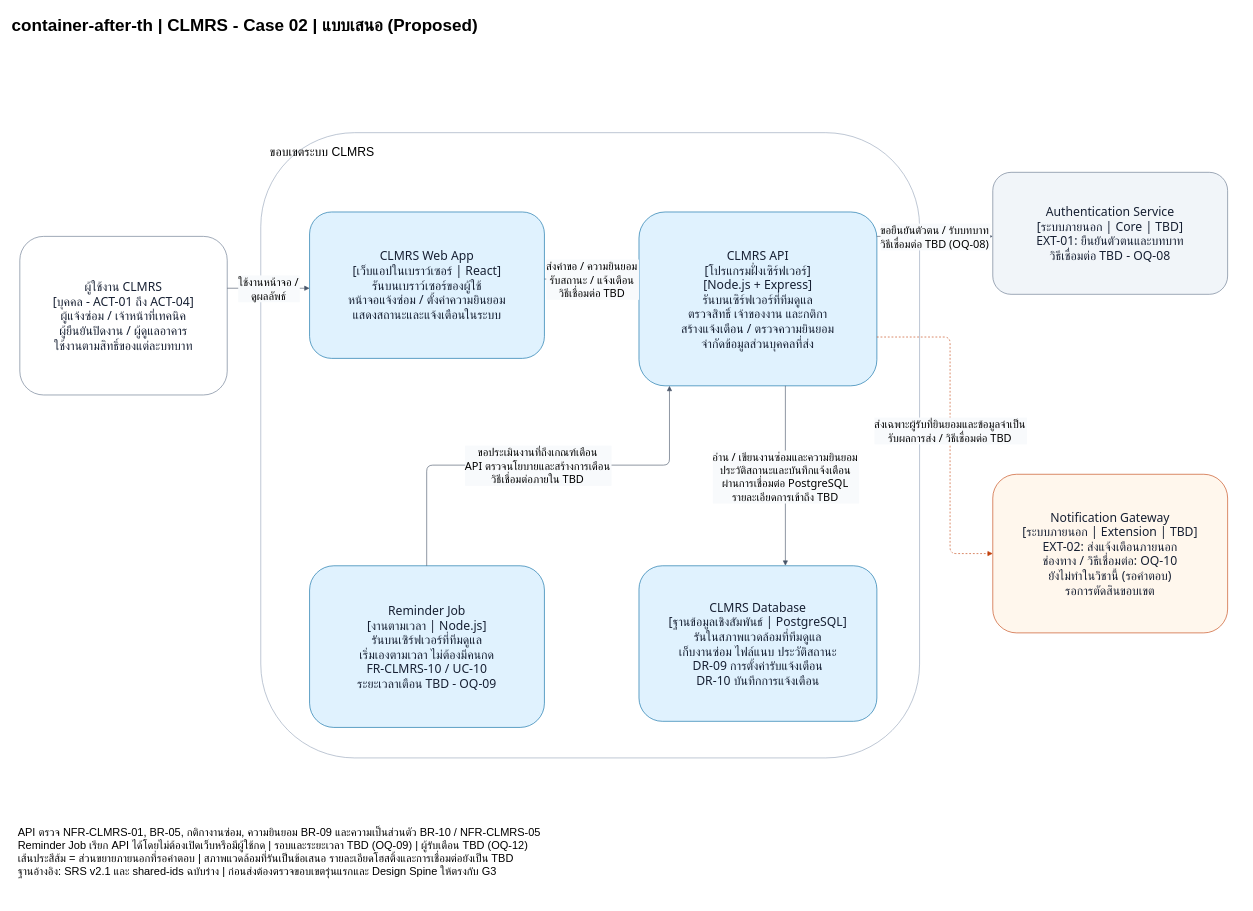
Above: final-exam/diagrams/container-after.drawio in Aonney/ENGSE206-Group02-classroom-and-lab-maintenance-reporting (draw.io), before the change. Source tidied: cells renumbered, new cells numbered last; positions are measured from the earlier drawing's top-left corner, leaving out a move shared by most shapes. Both pictures are drawn from the tidied source at 61%, with x=0, y=0 at pixel (10, 10).
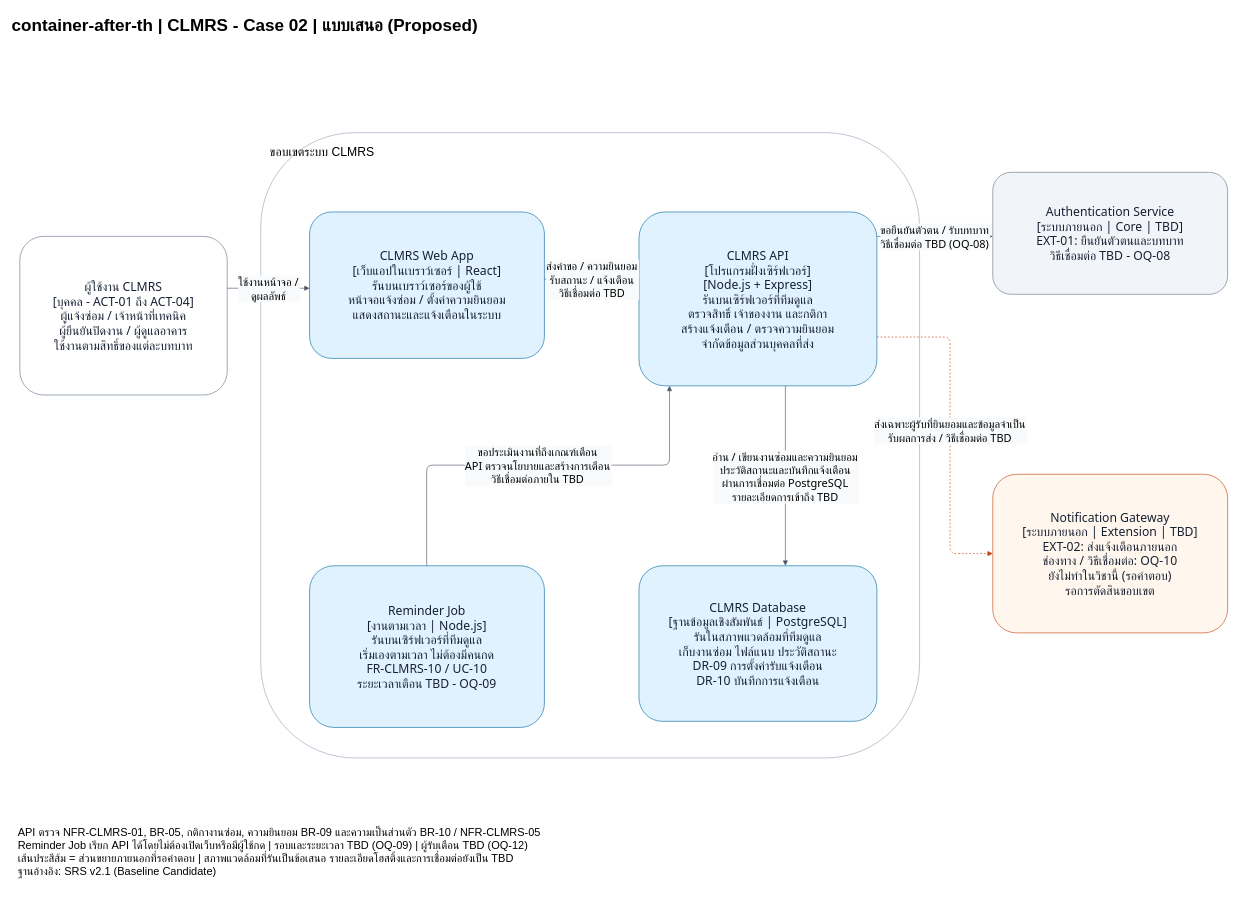
The same diagram, later.

Commit message (it also covers changes not shown here):
final(G4): add context and container diagrams with architecture answers

Change to the diagram source:
```diff
@@
-    <mxCell id="17" value="API ตรวจ NFR-CLMRS-01, BR-05, กติกางานซ่อม, ความยินยอม BR-09 และความเป็นส่วนตัว BR-10 / NFR-CLMRS-05&#10;Reminder Job เรียก API ได้โดยไม่ต้องเปิดเว็บหรือมีผู้ใช้กด | รอบและระยะเวลา TBD (OQ-09) | ผู้รับเตือน TBD (OQ-12)&#10;เส้นประสีส้ม = ส่วนขยายภายนอกที่รอคำตอบ | สภาพแวดล้อมที่รันเป็นข้อเสนอ รายละเอียดโฮสติ้งและการเชื่อมต่อยังเป็น TBD&#10;ฐานอ้างอิง: SRS v2.1 และ shared-ids ฉบับร่าง | ก่อนส่งต้องตรวจขอบเขตรุ่นแรกและ Design Spine ให้ตรงกับ G3" style="text;html=0;fontSize=18;align=left;whiteSpace=wrap;" parent="1" vertex="1">
+    <mxCell id="17" value="API ตรวจ NFR-CLMRS-01, BR-05, กติกางานซ่อม, ความยินยอม BR-09 และความเป็นส่วนตัว BR-10 / NFR-CLMRS-05&#10;Reminder Job เรียก API ได้โดยไม่ต้องเปิดเว็บหรือมีผู้ใช้กด | รอบและระยะเวลา TBD (OQ-09) | ผู้รับเตือน TBD (OQ-12)&#10;เส้นประสีส้ม = ส่วนขยายภายนอกที่รอคำตอบ | สภาพแวดล้อมที่รันเป็นข้อเสนอ รายละเอียดโฮสติ้งและการเชื่อมต่อยังเป็น TBD&#10;ฐานอ้างอิง: SRS v2.1 (Baseline Candidate)" style="text;html=0;fontSize=18;align=left;whiteSpace=wrap;" parent="1" vertex="1">
       <mxGeometry x="10" y="1330" width="2000" height="130" as="geometry" />
     </mxCell>
```
